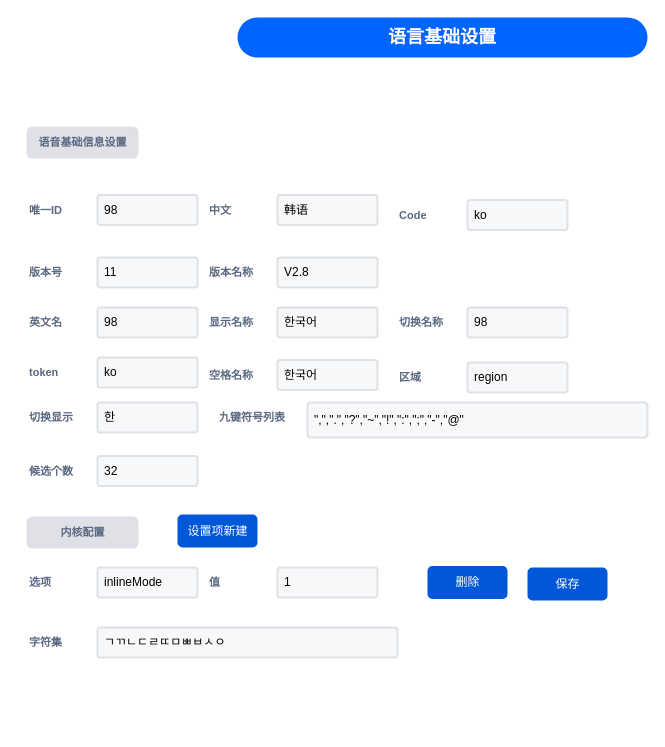
The draw.io diagram layout-editor/语言基本信息.drawio in chonglv/charts, before the edit. Source tidied: cells renumbered, new cells numbered last; positions are measured from the earlier drawing's top-left corner, leaving out a move shared by most shapes. Both pictures are drawn from the tidied source at 100%, with x=0, y=0 at pixel (27, 17).
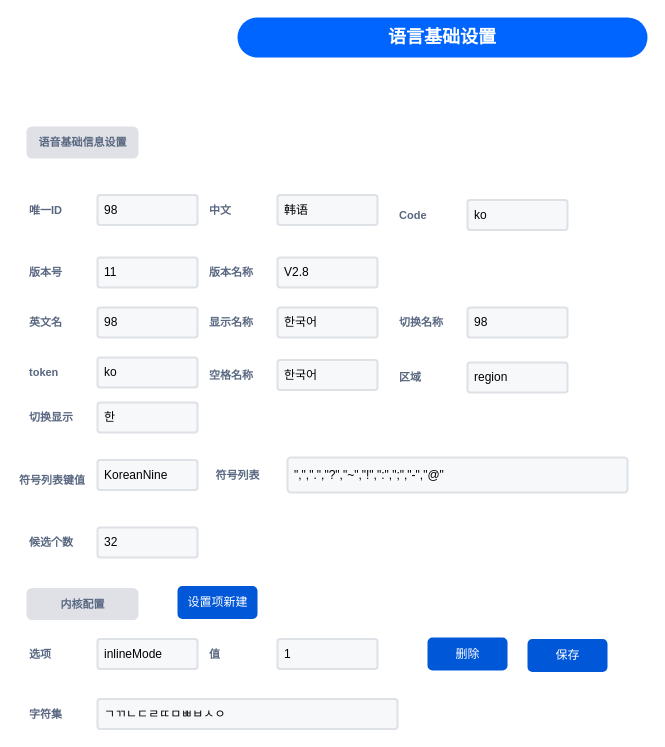
The same page after the edit.

Commit message:
更新语言基本信息.drawio

The edit, as a diff of the source:
```diff
@@
     <mxCell id="12" value="选项" style="fillColor=none;strokeColor=none;html=1;fontSize=11;fontStyle=0;align=left;fontColor=#596780;fontStyle=1;fontSize=11;" parent="1" vertex="1">
-      <mxGeometry y="555" width="60" height="20" as="geometry" />
+      <mxGeometry y="626.5" width="60" height="20" as="geometry" />
     </mxCell>
     <mxCell id="13" value="inlineMode" style="rounded=1;arcSize=9;fillColor=#F7F8F9;align=left;spacingLeft=5;strokeColor=#DEE1E6;html=1;strokeWidth=2;fontSize=12;" parent="1" vertex="1">
-      <mxGeometry x="70" y="550" width="100" height="30" as="geometry" />
+      <mxGeometry x="70" y="621.5" width="100" height="30" as="geometry" />
     </mxCell>
@@
     <mxCell id="22" value="候选个数" style="fillColor=none;strokeColor=none;html=1;fontSize=11;fontStyle=0;align=left;fontColor=#596780;fontStyle=1;fontSize=11;" parent="1" vertex="1">
-      <mxGeometry y="443.5" width="60" height="20" as="geometry" />
+      <mxGeometry y="515" width="60" height="20" as="geometry" />
     </mxCell>
     <mxCell id="23" value="32" style="rounded=1;arcSize=9;fillColor=#F7F8F9;align=left;spacingLeft=5;strokeColor=#DEE1E6;html=1;strokeWidth=2;fontSize=12;" parent="1" vertex="1">
-      <mxGeometry x="70" y="438.5" width="100" height="30" as="geometry" />
+      <mxGeometry x="70" y="510" width="100" height="30" as="geometry" />
     </mxCell>
     <mxCell id="24" value="字符集" style="fillColor=none;strokeColor=none;html=1;fontSize=11;fontStyle=0;align=left;fontColor=#596780;fontStyle=1;fontSize=11;" parent="1" vertex="1">
-      <mxGeometry y="615" width="60" height="20" as="geometry" />
+      <mxGeometry y="686.5" width="60" height="20" as="geometry" />
     </mxCell>
     <mxCell id="25" value="ㄱㄲㄴㄷㄹㄸㅁㅃㅂㅅㅇ" style="rounded=1;arcSize=9;fillColor=#F7F8F9;align=left;spacingLeft=5;strokeColor=#DEE1E6;html=1;strokeWidth=2;fontSize=12;" parent="1" vertex="1">
-      <mxGeometry x="70" y="610" width="300" height="30" as="geometry" />
+      <mxGeometry x="70" y="681.5" width="300" height="30" as="geometry" />
     </mxCell>
@@
     <mxCell id="32" value="&lt;span style=&quot;color: rgb(89 , 103 , 128) ; font-size: 11px ; text-align: left&quot;&gt;内核配置&lt;/span&gt;" style="dashed=0;html=1;rounded=1;fillColor=#DFE1E6;strokeColor=#DFE1E6;fontSize=12;align=center;fontStyle=1;strokeWidth=2;fontColor=#42526E;" parent="1" vertex="1">
-      <mxGeometry y="500" width="110" height="30" as="geometry" />
+      <mxGeometry y="571.5" width="110" height="30" as="geometry" />
     </mxCell>
     <mxCell id="33" value="设置项新建" style="rounded=1;fillColor=#0057D8;align=center;strokeColor=none;html=1;fontColor=#ffffff;fontSize=12;" parent="1" vertex="1">
-      <mxGeometry x="150" y="497" width="80" height="33" as="geometry" />
+      <mxGeometry x="150" y="568.5" width="80" height="33" as="geometry" />
     </mxCell>
     <mxCell id="34" value="值" style="fillColor=none;strokeColor=none;html=1;fontSize=11;fontStyle=0;align=left;fontColor=#596780;fontStyle=1;fontSize=11;" parent="1" vertex="1">
-      <mxGeometry x="180" y="555" width="60" height="20" as="geometry" />
+      <mxGeometry x="180" y="626.5" width="60" height="20" as="geometry" />
     </mxCell>
     <mxCell id="35" value="1" style="rounded=1;arcSize=9;fillColor=#F7F8F9;align=left;spacingLeft=5;strokeColor=#DEE1E6;html=1;strokeWidth=2;fontSize=12;" parent="1" vertex="1">
-      <mxGeometry x="250" y="550" width="100" height="30" as="geometry" />
+      <mxGeometry x="250" y="621.5" width="100" height="30" as="geometry" />
     </mxCell>
     <mxCell id="36" value="删除" style="rounded=1;fillColor=#0057D8;align=center;strokeColor=none;html=1;fontColor=#ffffff;fontSize=12;" parent="1" vertex="1">
-      <mxGeometry x="400" y="548.5" width="80" height="33" as="geometry" />
+      <mxGeometry x="400" y="620" width="80" height="33" as="geometry" />
     </mxCell>
     <mxCell id="37" value="保存" style="rounded=1;fillColor=#0057D8;align=center;strokeColor=none;html=1;fontColor=#ffffff;fontSize=12;" parent="1" vertex="1">
-      <mxGeometry x="500" y="550" width="80" height="33" as="geometry" />
+      <mxGeometry x="500" y="621.5" width="80" height="33" as="geometry" />
     </mxCell>
@@
-    <mxCell id="40" value="九键符号列表" style="fillColor=none;strokeColor=none;html=1;fontSize=11;fontStyle=0;align=left;fontColor=#596780;fontStyle=1;fontSize=11;" parent="1" vertex="1">
-      <mxGeometry x="190" y="390" width="60" height="20" as="geometry" />
+    <mxCell id="40" value="符号列表" style="fillColor=none;strokeColor=none;html=1;fontSize=11;fontStyle=0;align=center;fontColor=#596780;fontStyle=1;fontSize=11;" parent="1" vertex="1">
+      <mxGeometry x="180" y="447.5" width="60" height="20" as="geometry" />
     </mxCell>
     <mxCell id="41" value="&quot;,&quot;,&quot;.&quot;,&quot;?&quot;,&quot;~&quot;,&quot;!&quot;,&quot;:&quot;,&quot;;&quot;,&quot;-&quot;,&quot;@&quot;" style="rounded=1;arcSize=9;fillColor=#F7F8F9;align=left;spacingLeft=5;strokeColor=#DEE1E6;html=1;strokeWidth=2;fontSize=12;" parent="1" vertex="1">
-      <mxGeometry x="280" y="385" width="340" height="35" as="geometry" />
+      <mxGeometry x="260" y="440" width="340" height="35" as="geometry" />
     </mxCell>
+    <mxCell id="42" value="符号列表键值" style="fillColor=none;strokeColor=none;html=1;fontSize=11;fontStyle=0;align=left;fontColor=#596780;fontStyle=1;fontSize=11;" parent="1" vertex="1">
+      <mxGeometry x="-10" y="452.5" width="60" height="20" as="geometry" />
+    </mxCell>
+    <mxCell id="43" value="KoreanNine" style="rounded=1;arcSize=9;fillColor=#F7F8F9;align=left;spacingLeft=5;strokeColor=#DEE1E6;html=1;strokeWidth=2;fontSize=12;" parent="1" vertex="1">
+      <mxGeometry x="70" y="442.5" width="100" height="30" as="geometry" />
+    </mxCell>
```
